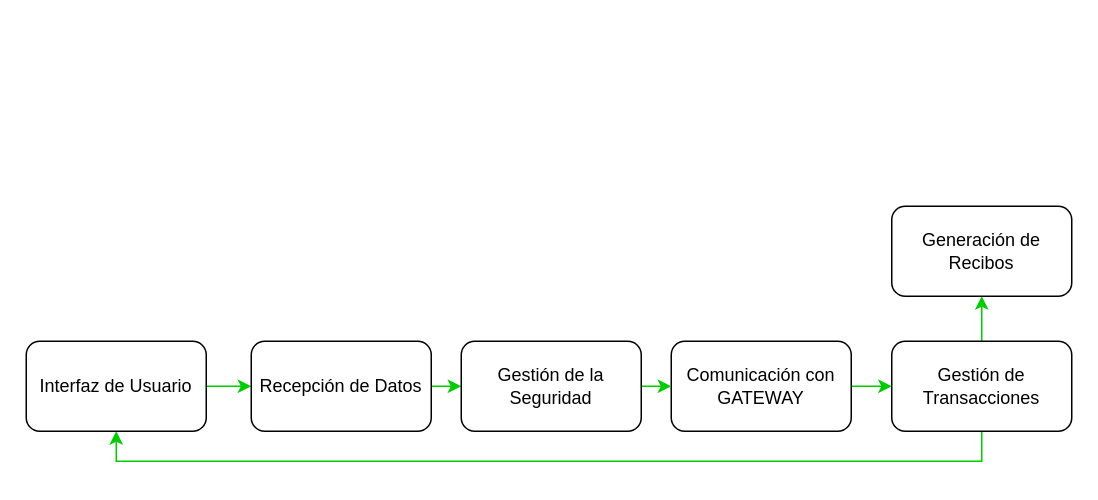
This is POS_V1.drawio from mvespin1/DiagramasArquitecturaGrupo2, a draw.io file, before an edit. Source tidied: cells renumbered, new cells numbered last; positions are measured from the earlier drawing's top-left corner, leaving out a move shared by most shapes. Both pictures are drawn from the tidied source at 150%, with x=0, y=0 at pixel (26, 206).
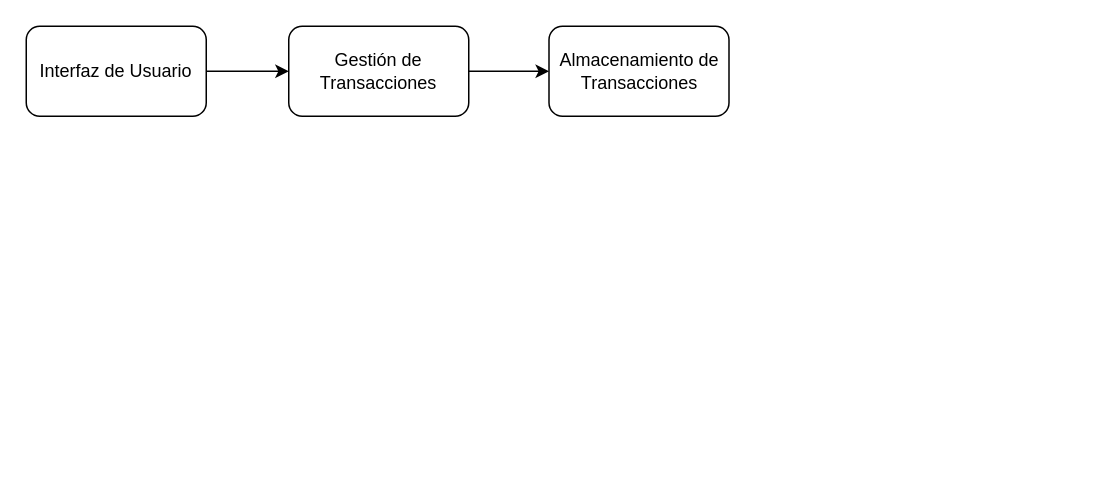
The same page after the edit.

The edit, as a diff of the source:
```diff
@@
 <mxGraphModel>
   <root>
     <mxCell id="0" />
     <mxCell id="1" parent="0" />
-    <mxCell id="2" style="edgeStyle=orthogonalEdgeStyle;rounded=0;jettySize=auto;html=1;exitX=1;exitY=0.5;exitDx=0;exitDy=0;entryX=0;entryY=0.5;entryDx=0;entryDy=0;strokeColor=#00CC00;" parent="1" edge="1" source="3" target="6">
-      <mxGeometry relative="1" as="geometry" />
-    </mxCell>
-    <mxCell id="3" value="Comunicación con GATEWAY" style="rounded=1;whiteSpace=wrap;html=1;" parent="1" vertex="1">
-      <mxGeometry x="430" y="90" width="120" height="60" as="geometry" />
-    </mxCell>
-    <mxCell id="4" style="edgeStyle=orthogonalEdgeStyle;rounded=0;jettySize=auto;html=1;exitX=0.5;exitY=1;exitDx=0;exitDy=0;entryX=0.5;entryY=1;entryDx=0;entryDy=0;fillColor=#00CC00;strokeColor=#00CC00;" parent="1" edge="1" source="6" target="9">
-      <mxGeometry relative="1" as="geometry" />
-    </mxCell>
-    <mxCell id="5" style="edgeStyle=orthogonalEdgeStyle;rounded=0;jettySize=auto;html=1;exitX=0.5;exitY=0;exitDx=0;exitDy=0;entryX=0.5;entryY=1;entryDx=0;entryDy=0;strokeColor=#00CC00;" parent="1" edge="1" source="6" target="7">
+    <mxCell id="5" style="edgeStyle=orthogonalEdgeStyle;rounded=0;jettySize=auto;html=1;exitX=1;exitY=0.5;exitDx=0;exitDy=0;entryX=0;entryY=0.5;entryDx=0;entryDy=0;" parent="1" edge="1" source="6" target="7">
       <mxGeometry relative="1" as="geometry" />
     </mxCell>
     <mxCell id="6" value="Gestión de Transacciones" style="rounded=1;whiteSpace=wrap;html=1;" parent="1" vertex="1">
-      <mxGeometry x="577" y="90" width="120" height="60" as="geometry" />
+      <mxGeometry x="175" y="-120" width="120" height="60" as="geometry" />
     </mxCell>
-    <mxCell id="7" value="Generación de Recibos" style="rounded=1;whiteSpace=wrap;html=1;" parent="1" vertex="1">
-      <mxGeometry x="577" width="120" height="60" as="geometry" />
+    <mxCell id="7" value="Almacenamiento de Transacciones" style="rounded=1;whiteSpace=wrap;html=1;" parent="1" vertex="1">
+      <mxGeometry x="348.5" y="-120" width="120" height="60" as="geometry" />
     </mxCell>
-    <mxCell id="8" style="edgeStyle=orthogonalEdgeStyle;rounded=0;jettySize=auto;html=1;exitX=1;exitY=0.5;exitDx=0;exitDy=0;entryX=0;entryY=0.5;entryDx=0;entryDy=0;strokeColor=#00CC00;" parent="1" edge="1" source="9" target="11">
-      <mxGeometry relative="1" as="geometry" />
-    </mxCell>
+    <mxCell id="14" style="edgeStyle=orthogonalEdgeStyle;rounded=0;jettySize=auto;html=1;exitX=1;exitY=0.5;exitDx=0;exitDy=0;entryX=0;entryY=0.5;entryDx=0;entryDy=0;" parent="1" edge="1" source="9" target="6">
+      <mxGeometry relative="1" as="geometry" />
+    </mxCell>
     <mxCell id="9" value="Interfaz de Usuario" style="rounded=1;whiteSpace=wrap;html=1;" parent="1" vertex="1">
-      <mxGeometry y="90" width="120" height="60" as="geometry" />
+      <mxGeometry y="-120" width="120" height="60" as="geometry" />
     </mxCell>
-    <mxCell id="10" style="edgeStyle=orthogonalEdgeStyle;rounded=0;jettySize=auto;html=1;exitX=1;exitY=0.5;exitDx=0;exitDy=0;entryX=0;entryY=0.5;entryDx=0;entryDy=0;strokeColor=#00CC00;" parent="1" edge="1" source="11" target="13">
-      <mxGeometry relative="1" as="geometry" />
-    </mxCell>
-    <mxCell id="11" value="&lt;div&gt;Recepción de Datos&lt;/div&gt;" style="rounded=1;whiteSpace=wrap;html=1;" parent="1" vertex="1">
-      <mxGeometry x="150" y="90" width="120" height="60" as="geometry" />
-    </mxCell>
-    <mxCell id="12" style="edgeStyle=orthogonalEdgeStyle;rounded=0;jettySize=auto;html=1;exitX=1;exitY=0.5;exitDx=0;exitDy=0;entryX=0;entryY=0.5;entryDx=0;entryDy=0;strokeColor=#00CC00;" parent="1" edge="1" source="13" target="3">
-      <mxGeometry relative="1" as="geometry" />
-    </mxCell>
-    <mxCell id="13" value="Gestión de la Seguridad" style="rounded=1;whiteSpace=wrap;html=1;" parent="1" vertex="1">
-      <mxGeometry x="290" y="90" width="120" height="60" as="geometry" />
-    </mxCell>
   </root>
 </mxGraphModel>
```
